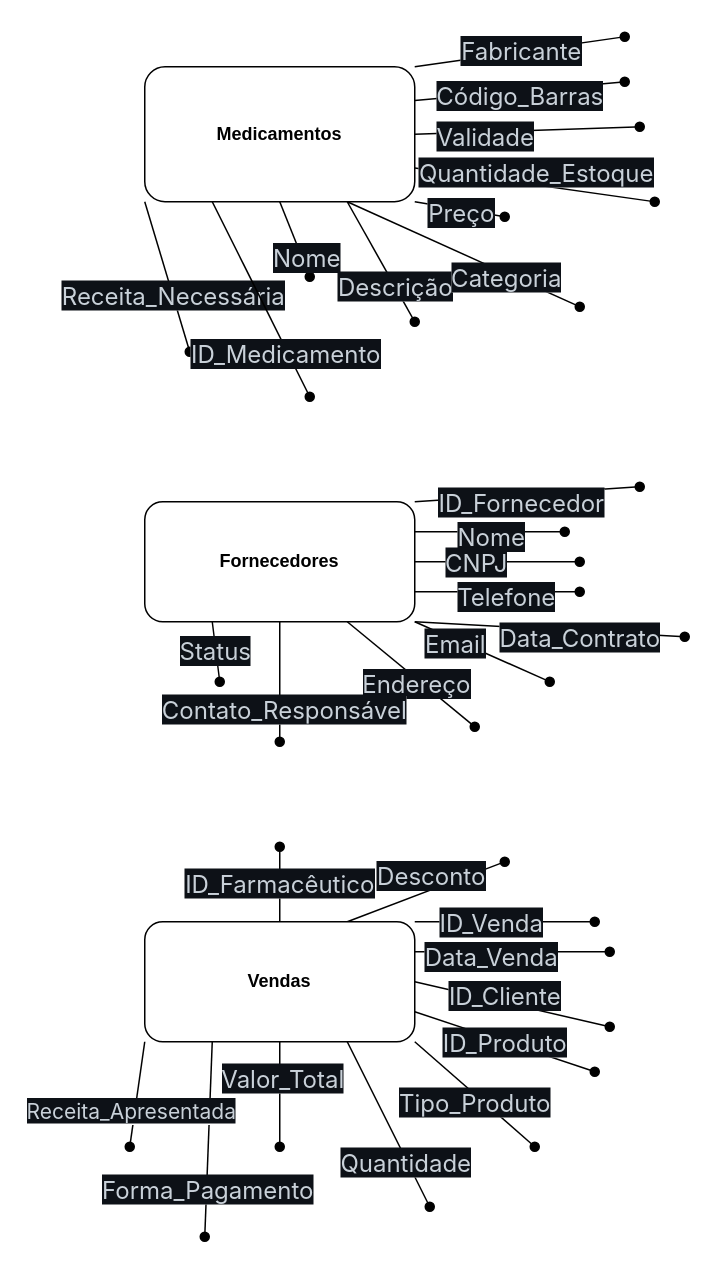
Before: diagrams/diagramas.drawio in and3510/Bank_Pharmacie_Work, a draw.io diagram. Source tidied: cells renumbered, new cells numbered last; positions are measured from the earlier drawing's top-left corner, leaving out a move shared by most shapes. Both pictures are drawn from the tidied source at 150%, with x=0, y=0 at pixel (129, 36).
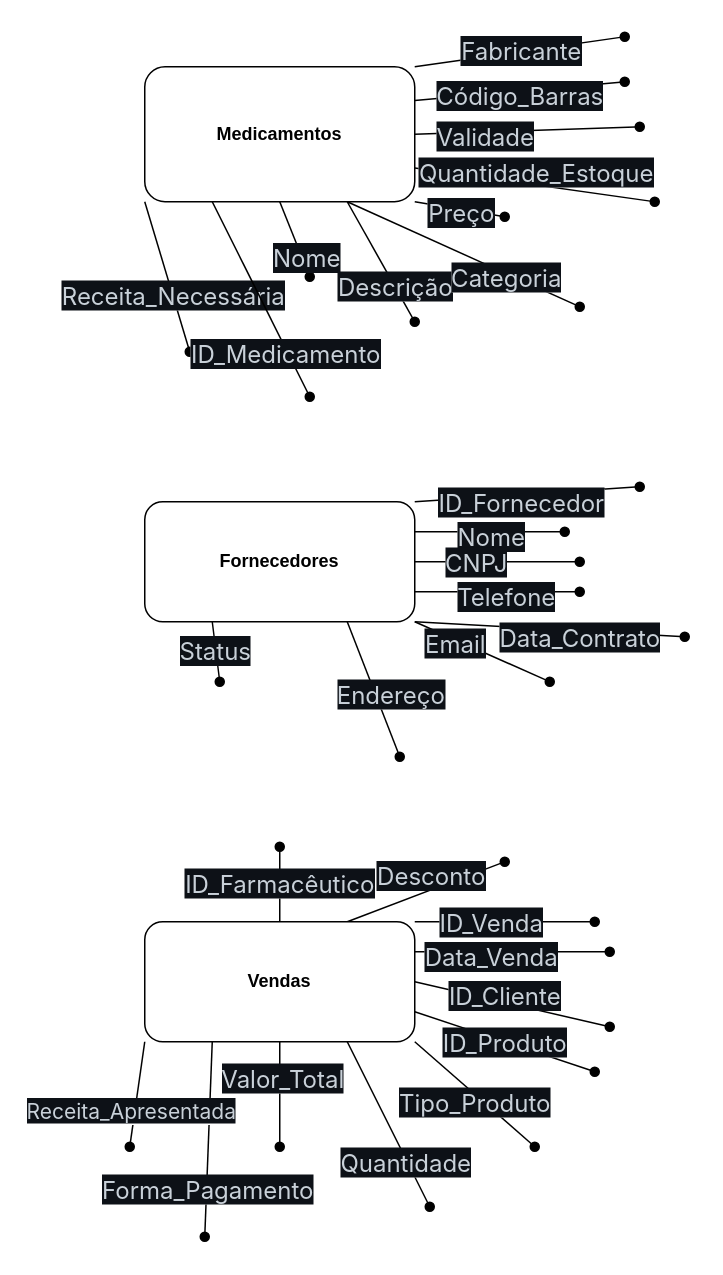
After the change.

Commit message:
remove atributo do fornecedor

Unchanged cells that the change refers to:
```xml
<mxCell id="62" value="&lt;b&gt;Fornecedores&lt;/b&gt;" style="rounded=1;whiteSpace=wrap;html=1;" parent="1" vertex="1">
  <mxGeometry x="10" y="310" width="180" height="80" as="geometry" />
</mxCell>
```

Diff of the diagram source:
```diff
@@
     <mxCell id="55" style="edgeStyle=none;html=1;exitX=0.75;exitY=1;exitDx=0;exitDy=0;endArrow=oval;endFill=1;" parent="1" edge="1" source="62">
       <mxGeometry relative="1" as="geometry">
-        <mxPoint x="230" y="460" as="targetPoint" />
+        <mxPoint x="180" y="480" as="targetPoint" />
       </mxGeometry>
     </mxCell>
@@
-    <mxCell id="57" style="edgeStyle=none;html=1;exitX=0.5;exitY=1;exitDx=0;exitDy=0;endArrow=oval;endFill=1;" parent="1" edge="1" source="62">
-      <mxGeometry relative="1" as="geometry">
-        <mxPoint x="100" y="470" as="targetPoint" />
-      </mxGeometry>
-    </mxCell>
-    <mxCell id="58" value="&lt;span style=&quot;box-sizing: border-box; font-weight: calc(var(--font-weight) + var(--bold-modifier)); color: rgb(201, 209, 217); font-family: &amp;quot;??&amp;quot;, &amp;quot;??&amp;quot;, &amp;quot;??&amp;quot;, &amp;quot;??&amp;quot;, &amp;quot;??&amp;quot;, ui-sans-serif, -apple-system, BlinkMacSystemFont, &amp;quot;Segoe UI&amp;quot;, Roboto, Inter, &amp;quot;Apple Color Emoji&amp;quot;, &amp;quot;Segoe UI Emoji&amp;quot;, &amp;quot;Segoe UI Symbol&amp;quot;, &amp;quot;Microsoft YaHei Light&amp;quot;, sans-serif; font-size: 16px; text-align: start; caret-color: rgb(201, 209, 217); background-color: rgb(13, 17, 23);&quot;&gt;Contato_Responsável&lt;/span&gt;" style="edgeLabel;html=1;align=center;verticalAlign=middle;" parent="57" vertex="1">
-      <mxGeometry x="0.45" y="2" relative="1" as="geometry" />
-    </mxCell>
```
